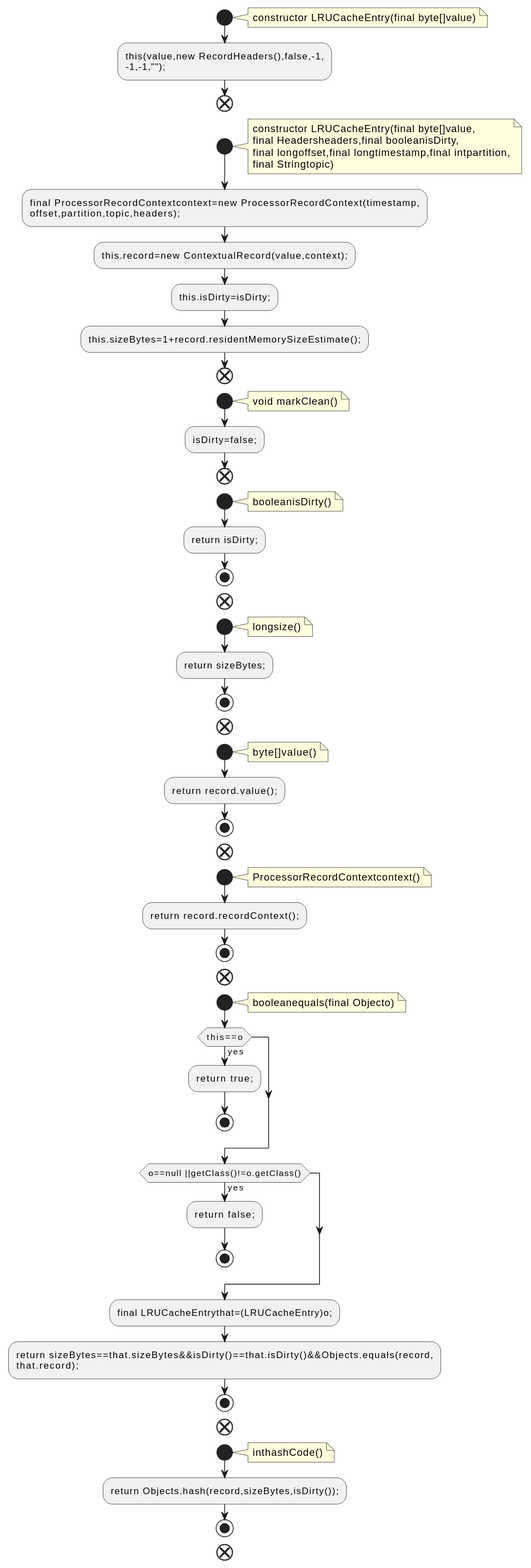
This is docs/qc/streams/src/main/java/org/apache/kafka/streams/state/internals/LRUCacheEntry.java.fct.svg from qualitesys/kafka, a PlantUML export, as it was before one commit.
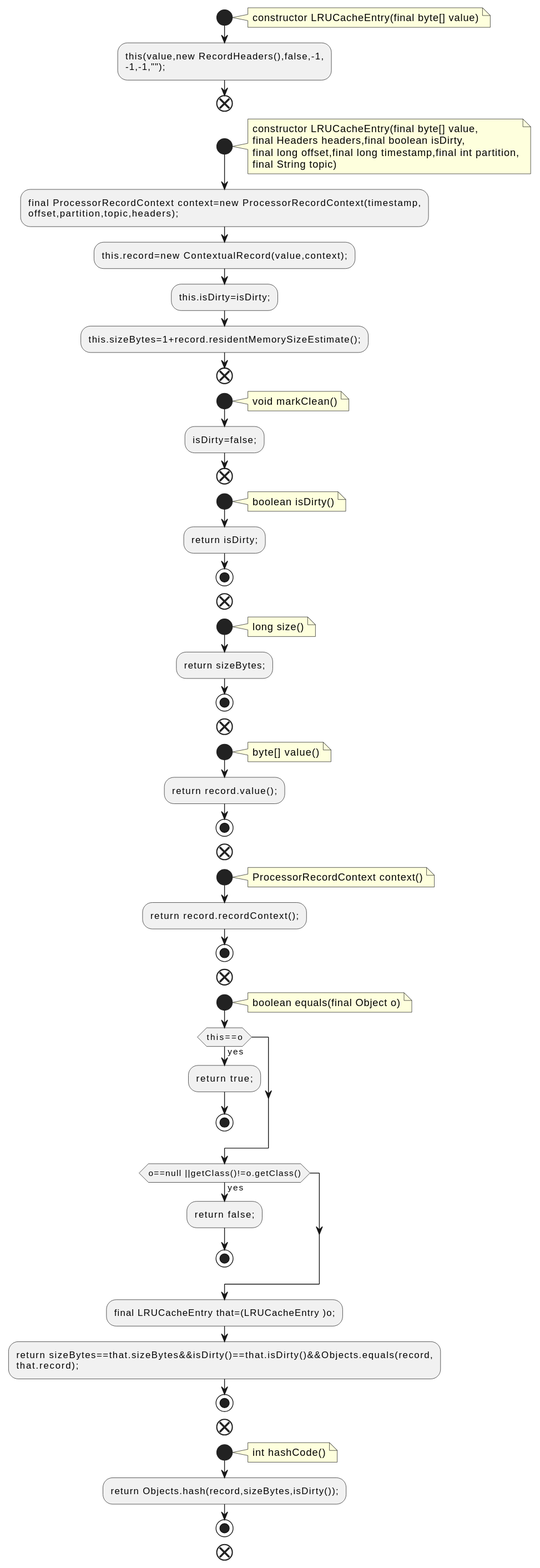
The same file after the commit.

Change to the diagram source:
```diff
@@ -2,19 +2,19 @@
 !pragma layout smetana
 start
 note right
-constructor LRUCacheEntry(final byte[]value)
+constructor LRUCacheEntry(final byte[] value)
 end note
 :this(value,new RecordHeaders(),false,-1,
 -1,-1,"");;
 end
 start
 note right
-constructor LRUCacheEntry(final byte[]value,
-final Headersheaders,final booleanisDirty,
-final longoffset,final longtimestamp,final intpartition,
-final Stringtopic)
+constructor LRUCacheEntry(final byte[] value,
+final Headers headers,final boolean isDirty,
+final long offset,final long timestamp,final int partition,
+final String topic)
 end note
-:final ProcessorRecordContextcontext=new ProcessorRecordContext(timestamp,
+:final ProcessorRecordContext context=new ProcessorRecordContext(timestamp,
 offset,partition,topic,headers);;
 :this.record=new ContextualRecord(value,context);;
 :this.isDirty=isDirty;;
@@ -28,35 +28,35 @@
 end
 start
 note right
-booleanisDirty()
+boolean isDirty()
 end note
 :return isDirty;;
 stop
 end
 start
 note right
-longsize()
+long size()
 end note
 :return sizeBytes;;
 stop
 end
 start
 note right
-byte[]value()
+byte[] value()
 end note
 :return record.value();;
 stop
 end
 start
 note right
-ProcessorRecordContextcontext()
+ProcessorRecordContext context()
 end note
 :return record.recordContext();;
 stop
 end
 start
 note right
-booleanequals(final Objecto)
+boolean equals(final Object o)
 end note
 if (this==o) then (yes)
 :return true;;
@@ -66,14 +66,14 @@
 :return false;;
 stop
 endif
-:final LRUCacheEntrythat=(LRUCacheEntry)o;;
+:final LRUCacheEntry that=(LRUCacheEntry )o;;
 :return sizeBytes==that.sizeBytes&&isDirty()==that.isDirty()&&Objects.equals(record,
 that.record);;
 stop
 end
 start
 note right
-inthashCode()
+int hashCode()
 end note
 :return Objects.hash(record,sizeBytes,isDirty());;
 stop
```
